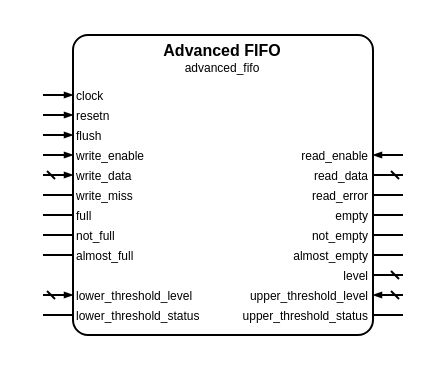
Louis-DR/OmniCores-BuildingBlocks keeps this draw.io diagram as sources/data/access_enable/advanced_fifo/advanced_fifo.symbol.drawio. Above is the earlier version. Source tidied: cells renumbered, new cells numbered last; positions are measured from the earlier drawing's top-left corner, leaving out a move shared by most shapes. Both pictures are drawn from the tidied source at 200%, with x=0, y=0 at pixel (42, 34).
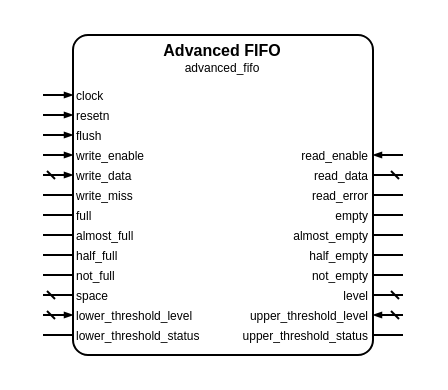
The same page after the edit.

What changed in the source:
```diff
@@
     <mxCell id="2" style="group;" parent="1" vertex="1">
-      <mxGeometry width="180" height="150" as="geometry" />
+      <mxGeometry width="180" height="160" as="geometry" />
     </mxCell>
     <mxCell id="3" style="rounded=1;arcSize=5;fillColor=none;strokeWidth=1;strokeColor=black;whiteSpace=wrap;html=1;" parent="2" vertex="1">
-      <mxGeometry x="15" width="150" height="150" as="geometry" />
+      <mxGeometry x="15" width="150" height="160" as="geometry" />
     </mxCell>
@@
+    <mxCell id="32" value="almost_full" style="text;html=1;align=left;verticalAlign=middle;whiteSpace=wrap;rounded=0;fontSize=6;fontStyle=0;fontColor=black;" parent="2" vertex="1">
+      <mxGeometry x="15" y="100" width="150" as="geometry" />
+    </mxCell>
+    <mxCell id="33" style="html=1;rounded=1;strokeWidth=1;strokeColor=black;startFill=0;startSize=2;startArrow=none;endFill=1;endSize=2;endArrow=none;sourcePerimeterSpacing=0;" parent="2" edge="1">
+      <mxGeometry relative="1" as="geometry">
+        <mxPoint y="100" as="sourcePoint" />
+        <mxPoint x="15" y="100" as="targetPoint" />
+      </mxGeometry>
+    </mxCell>
+    <mxCell id="34" value="almost_empty" style="text;html=1;align=right;verticalAlign=middle;whiteSpace=wrap;rounded=0;fontSize=6;fontStyle=0;fontColor=black;" parent="2" vertex="1">
+      <mxGeometry x="15" y="100" width="150" as="geometry" />
+    </mxCell>
+    <mxCell id="35" style="html=1;rounded=1;strokeWidth=1;strokeColor=black;startFill=0;startSize=2;startArrow=none;endFill=1;endSize=2;endArrow=none;sourcePerimeterSpacing=0;" parent="2" edge="1">
+      <mxGeometry relative="1" as="geometry">
+        <mxPoint x="180" y="100" as="sourcePoint" />
+        <mxPoint x="165" y="100" as="targetPoint" />
+      </mxGeometry>
+    </mxCell>
+    <mxCell id="46" value="half_full" style="text;html=1;align=left;verticalAlign=middle;whiteSpace=wrap;rounded=0;fontSize=6;fontStyle=0;fontColor=black;" parent="2" vertex="1">
+      <mxGeometry x="15" y="110" width="150" as="geometry" />
+    </mxCell>
+    <mxCell id="47" style="html=1;rounded=1;strokeWidth=1;strokeColor=black;startFill=0;startSize=2;startArrow=none;endFill=1;endSize=2;endArrow=none;sourcePerimeterSpacing=0;" parent="2" edge="1">
+      <mxGeometry relative="1" as="geometry">
+        <mxPoint y="110" as="sourcePoint" />
+        <mxPoint x="15" y="110" as="targetPoint" />
+      </mxGeometry>
+    </mxCell>
+    <mxCell id="48" value="half_empty" style="text;html=1;align=right;verticalAlign=middle;whiteSpace=wrap;rounded=0;fontSize=6;fontStyle=0;fontColor=black;" parent="2" vertex="1">
+      <mxGeometry x="15" y="110" width="150" as="geometry" />
+    </mxCell>
+    <mxCell id="49" style="html=1;rounded=1;strokeWidth=1;strokeColor=black;startFill=0;startSize=2;startArrow=none;endFill=1;endSize=2;endArrow=none;sourcePerimeterSpacing=0;" parent="2" edge="1">
+      <mxGeometry relative="1" as="geometry">
+        <mxPoint x="180" y="110" as="sourcePoint" />
+        <mxPoint x="165" y="110" as="targetPoint" />
+      </mxGeometry>
+    </mxCell>
     <mxCell id="28" value="not_full" style="text;html=1;align=left;verticalAlign=middle;whiteSpace=wrap;rounded=0;fontSize=6;fontStyle=0;fontColor=black;" parent="2" vertex="1">
-      <mxGeometry x="15" y="100" width="150" as="geometry" />
+      <mxGeometry x="15" y="120" width="150" as="geometry" />
     </mxCell>
     <mxCell id="29" style="html=1;rounded=1;strokeWidth=1;strokeColor=black;startFill=0;startSize=2;startArrow=none;endFill=1;endSize=2;endArrow=none;sourcePerimeterSpacing=0;" parent="2" edge="1">
       <mxGeometry relative="1" as="geometry">
-        <mxPoint y="100" as="sourcePoint" />
-        <mxPoint x="15" y="100" as="targetPoint" />
+        <mxPoint y="120" as="sourcePoint" />
+        <mxPoint x="15" y="120" as="targetPoint" />
       </mxGeometry>
     </mxCell>
     <mxCell id="30" value="not_empty" style="text;html=1;align=right;verticalAlign=middle;whiteSpace=wrap;rounded=0;fontSize=6;fontStyle=0;fontColor=black;" parent="2" vertex="1">
-      <mxGeometry x="15" y="100" width="150" as="geometry" />
+      <mxGeometry x="15" y="120" width="150" as="geometry" />
     </mxCell>
     <mxCell id="31" style="html=1;rounded=1;strokeWidth=1;strokeColor=black;startFill=0;startSize=2;startArrow=none;endFill=1;endSize=2;endArrow=none;sourcePerimeterSpacing=0;" parent="2" edge="1">
       <mxGeometry relative="1" as="geometry">
-        <mxPoint x="180" y="100" as="sourcePoint" />
-        <mxPoint x="165" y="100" as="targetPoint" />
+        <mxPoint x="180" y="120" as="sourcePoint" />
+        <mxPoint x="165" y="120" as="targetPoint" />
       </mxGeometry>
     </mxCell>
-    <mxCell id="32" value="almost_full" style="text;html=1;align=left;verticalAlign=middle;whiteSpace=wrap;rounded=0;fontSize=6;fontStyle=0;fontColor=black;" parent="2" vertex="1">
-      <mxGeometry x="15" y="110" width="150" as="geometry" />
-    </mxCell>
-    <mxCell id="33" style="html=1;rounded=1;strokeWidth=1;strokeColor=black;startFill=0;startSize=2;startArrow=none;endFill=1;endSize=2;endArrow=none;sourcePerimeterSpacing=0;" parent="2" edge="1">
-      <mxGeometry relative="1" as="geometry">
-        <mxPoint y="110" as="sourcePoint" />
-        <mxPoint x="15" y="110" as="targetPoint" />
-      </mxGeometry>
-    </mxCell>
-    <mxCell id="34" value="almost_empty" style="text;html=1;align=right;verticalAlign=middle;whiteSpace=wrap;rounded=0;fontSize=6;fontStyle=0;fontColor=black;" parent="2" vertex="1">
-      <mxGeometry x="15" y="110" width="150" as="geometry" />
-    </mxCell>
-    <mxCell id="35" style="html=1;rounded=1;strokeWidth=1;strokeColor=black;startFill=0;startSize=2;startArrow=none;endFill=1;endSize=2;endArrow=none;sourcePerimeterSpacing=0;" parent="2" edge="1">
-      <mxGeometry relative="1" as="geometry">
-        <mxPoint x="180" y="110" as="sourcePoint" />
-        <mxPoint x="165" y="110" as="targetPoint" />
-      </mxGeometry>
-    </mxCell>
+    <mxCell id="50" value="space" style="text;html=1;align=left;verticalAlign=middle;whiteSpace=wrap;rounded=0;fontSize=6;fontStyle=0;fontColor=black;" parent="2" vertex="1">
+      <mxGeometry x="15" y="130" width="150" as="geometry" />
+    </mxCell>
+    <mxCell id="51" style="html=1;rounded=1;strokeWidth=1;strokeColor=black;startFill=0;startSize=2;startArrow=dash;endFill=1;endSize=2;endArrow=none;sourcePerimeterSpacing=0;" parent="2" edge="1">
+      <mxGeometry relative="1" as="geometry">
+        <mxPoint y="130" as="sourcePoint" />
+        <mxPoint x="15" y="130" as="targetPoint" />
+      </mxGeometry>
+    </mxCell>
     <mxCell id="36" value="level" style="text;html=1;align=right;verticalAlign=middle;whiteSpace=wrap;rounded=0;fontSize=6;fontStyle=0;fontColor=black;" parent="2" vertex="1">
-      <mxGeometry x="15" y="120" width="150" as="geometry" />
+      <mxGeometry x="15" y="130" width="150" as="geometry" />
     </mxCell>
     <mxCell id="37" style="html=1;rounded=1;strokeWidth=1;strokeColor=black;startFill=0;startSize=2;startArrow=dash;endFill=1;endSize=2;endArrow=none;sourcePerimeterSpacing=0;" parent="2" edge="1">
       <mxGeometry relative="1" as="geometry">
-        <mxPoint x="180" y="120" as="sourcePoint" />
-        <mxPoint x="165" y="120" as="targetPoint" />
+        <mxPoint x="180" y="130" as="sourcePoint" />
+        <mxPoint x="165" y="130" as="targetPoint" />
       </mxGeometry>
     </mxCell>
     <mxCell id="38" value="lower_threshold_level" style="text;html=1;align=left;verticalAlign=middle;whiteSpace=wrap;rounded=0;fontSize=6;fontStyle=0;fontColor=black;" parent="2" vertex="1">
-      <mxGeometry x="15" y="130" width="150" as="geometry" />
+      <mxGeometry x="15" y="140" width="150" as="geometry" />
     </mxCell>
     <mxCell id="39" style="html=1;rounded=1;strokeWidth=1;strokeColor=black;startFill=0;startSize=2;startArrow=dash;endFill=1;endSize=2;endArrow=blockThin;sourcePerimeterSpacing=0;" parent="2" edge="1">
       <mxGeometry relative="1" as="geometry">
-        <mxPoint y="130" as="sourcePoint" />
-        <mxPoint x="15" y="130" as="targetPoint" />
+        <mxPoint y="140" as="sourcePoint" />
+        <mxPoint x="15" y="140" as="targetPoint" />
       </mxGeometry>
     </mxCell>
     <mxCell id="40" value="upper_threshold_level" style="text;html=1;align=right;verticalAlign=middle;whiteSpace=wrap;rounded=0;fontSize=6;fontStyle=0;fontColor=black;" parent="2" vertex="1">
-      <mxGeometry x="15" y="130" width="150" as="geometry" />
+      <mxGeometry x="15" y="140" width="150" as="geometry" />
     </mxCell>
     <mxCell id="41" style="html=1;rounded=1;strokeWidth=1;strokeColor=black;startFill=0;startSize=2;startArrow=dash;endFill=1;endSize=2;endArrow=blockThin;sourcePerimeterSpacing=0;" parent="2" edge="1">
       <mxGeometry relative="1" as="geometry">
-        <mxPoint x="180" y="130" as="sourcePoint" />
-        <mxPoint x="165" y="130" as="targetPoint" />
+        <mxPoint x="180" y="140" as="sourcePoint" />
+        <mxPoint x="165" y="140" as="targetPoint" />
       </mxGeometry>
     </mxCell>
     <mxCell id="42" value="lower_threshold_status" style="text;html=1;align=left;verticalAlign=middle;whiteSpace=wrap;rounded=0;fontSize=6;fontStyle=0;fontColor=black;" parent="2" vertex="1">
-      <mxGeometry x="15" y="140" width="150" as="geometry" />
+      <mxGeometry x="15" y="150" width="150" as="geometry" />
     </mxCell>
     <mxCell id="43" style="html=1;rounded=1;strokeWidth=1;strokeColor=black;startFill=0;startSize=2;startArrow=none;endFill=1;endSize=2;endArrow=none;sourcePerimeterSpacing=0;" parent="2" edge="1">
       <mxGeometry relative="1" as="geometry">
-        <mxPoint y="140" as="sourcePoint" />
-        <mxPoint x="15" y="140" as="targetPoint" />
+        <mxPoint y="150" as="sourcePoint" />
+        <mxPoint x="15" y="150" as="targetPoint" />
       </mxGeometry>
     </mxCell>
     <mxCell id="44" value="upper_threshold_status" style="text;html=1;align=right;verticalAlign=middle;whiteSpace=wrap;rounded=0;fontSize=6;fontStyle=0;fontColor=black;" parent="2" vertex="1">
-      <mxGeometry x="15" y="140" width="150" as="geometry" />
+      <mxGeometry x="15" y="150" width="150" as="geometry" />
     </mxCell>
     <mxCell id="45" style="html=1;rounded=1;strokeWidth=1;strokeColor=black;startFill=0;startSize=2;startArrow=none;endFill=1;endSize=2;endArrow=none;sourcePerimeterSpacing=0;" parent="2" edge="1">
       <mxGeometry relative="1" as="geometry">
-        <mxPoint x="180" y="140" as="sourcePoint" />
-        <mxPoint x="165" y="140" as="targetPoint" />
+        <mxPoint x="180" y="150" as="sourcePoint" />
+        <mxPoint x="165" y="150" as="targetPoint" />
       </mxGeometry>
     </mxCell>
```
